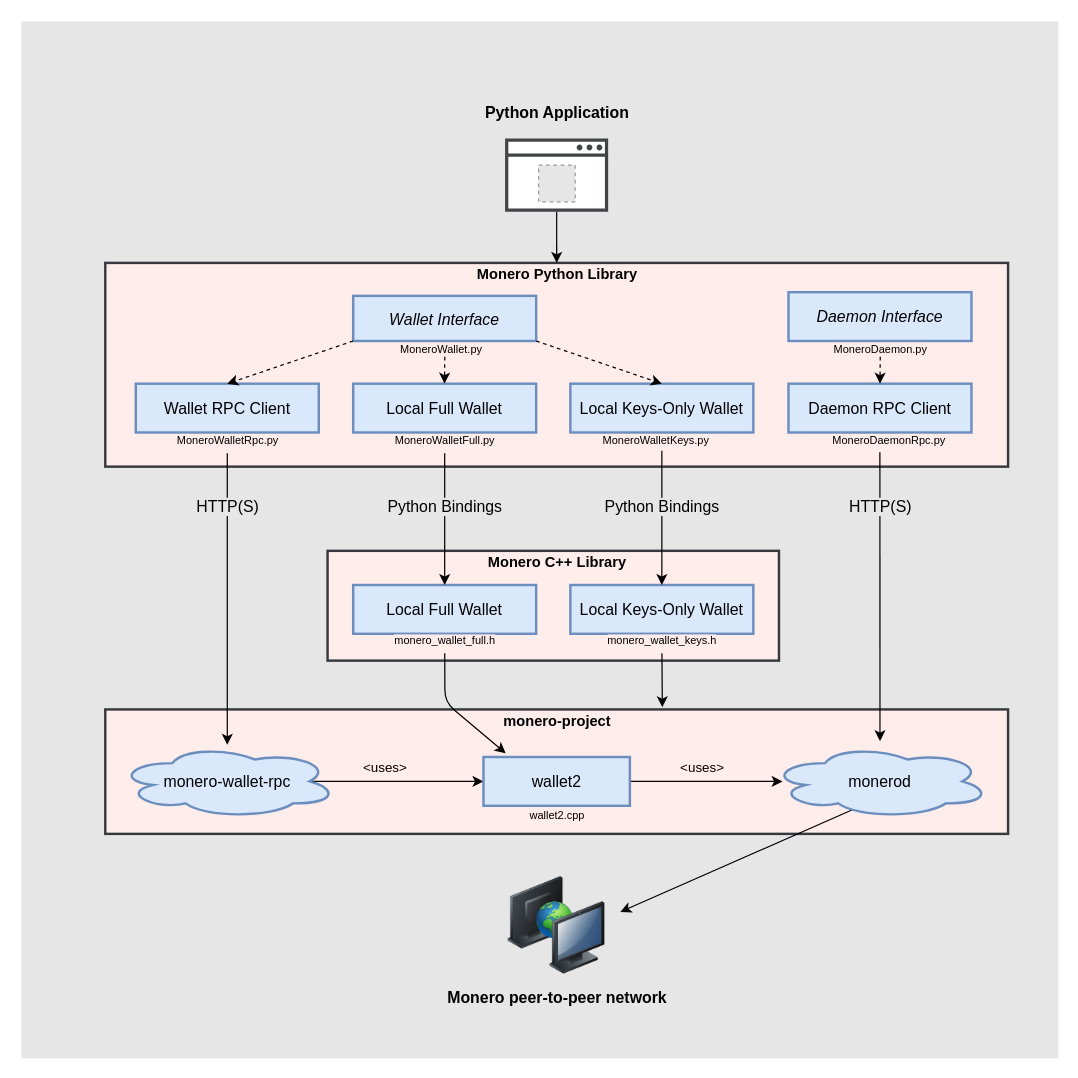
Above: docs/architecture.drawio in everoddandeven/monero-python (draw.io), before the change. Source tidied: cells renumbered, new cells numbered last; positions are measured from the earlier drawing's top-left corner, leaving out a move shared by most shapes. Both pictures are drawn from the tidied source at 122%, with x=0, y=0 at pixel (21, 21). Pictures stored in the file or linked from it are replaced by grey dashed boxes.
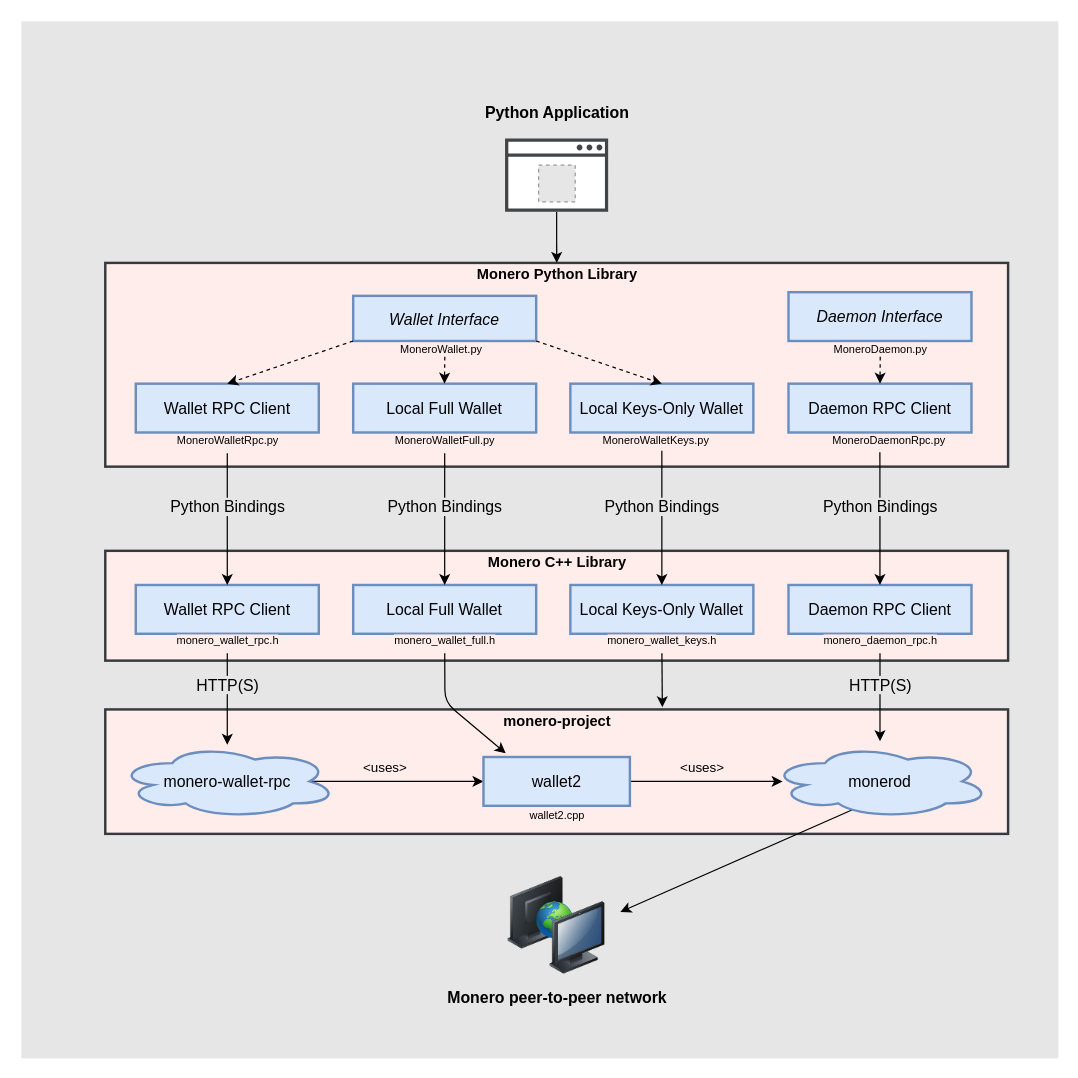
Above is the later version.

Commit message (it also covers changes not shown here):
docs: show the python bindings to the C++ rpc clients in the architecture diagram

Unchanged cells that the change refers to:
```xml
<mxCell id="17" value="monero-wallet-rpc" style="ellipse;shape=cloud;whiteSpace=wrap;html=1;fillColor=#dae8fc;strokeColor=#6c8ebf;strokeWidth=2;fontSize=13;fontFamily=Avenir;" parent="1" vertex="1">
  <mxGeometry x="78.8" y="593" width="180" height="60" as="geometry" />
</mxCell>
<mxCell id="21" value="MoneroWalletRpc.py" style="text;html=1;align=center;verticalAlign=middle;points=[];fillColor=none;strokeColor=none;rounded=0;labelBackgroundColor=#FFEDEB;fontSize=9;labelBorderColor=none;fontFamily=Avenir;" parent="1" vertex="1">
  <mxGeometry x="113.8" y="334" width="110" height="20" as="geometry" />
</mxCell>
<mxCell id="34" value="MoneroDaemonRpc.py" style="text;html=1;align=center;verticalAlign=middle;points=[];fillColor=none;strokeColor=none;rounded=0;labelBackgroundColor=#FFEDEB;fontSize=9;labelBorderColor=none;fontFamily=Avenir;" parent="1" vertex="1">
  <mxGeometry x="650.8" y="334" width="120" height="20" as="geometry" />
</mxCell>
```

Diff of the diagram source:
```diff
@@
     <mxCell id="4" style="rounded=0;whiteSpace=wrap;html=1;fillColor=#FFEDEB;strokeColor=#36393d;strokeWidth=2;fontFamily=Avenir;" parent="1" vertex="1">
-      <mxGeometry x="251" y="434" width="370" height="90" as="geometry" />
+      <mxGeometry x="68.8" y="434" width="740" height="90" as="geometry" />
     </mxCell>
@@
-    <mxCell id="18" style="edgeStyle=orthogonalEdgeStyle;rounded=0;jettySize=auto;html=1;fontFamily=Avenir;" parent="1" edge="1" source="21" target="17">
+    <mxCell id="18" style="edgeStyle=orthogonalEdgeStyle;rounded=0;jettySize=auto;html=1;fontFamily=Avenir;" parent="1" edge="1" source="58" target="17">
       <mxGeometry relative="1" as="geometry" />
     </mxCell>
     <mxCell id="19" value="HTTP(S)" style="text;html=1;align=center;verticalAlign=middle;fillColor=none;strokeColor=none;rounded=0;labelBackgroundColor=#E6E6E6;fontSize=13;fontFamily=Avenir;" parent="1" vertex="1">
-      <mxGeometry x="138.8" y="388" width="60" height="20" as="geometry" />
+      <mxGeometry x="138.8" y="534" width="60" height="20" as="geometry" />
     </mxCell>
@@
-    <mxCell id="30" style="endArrow=classic;html=1;exitX=0.441;exitY=0.957;exitDx=0;exitDy=0;exitPerimeter=0;fontFamily=Avenir;labelBorderColor=#FFFFFF;" parent="1" edge="1" source="34">
+    <mxCell id="30" style="endArrow=classic;html=1;fontFamily=Avenir;labelBorderColor=#FFFFFF;" parent="1" edge="1" source="62">
       <mxGeometry relative="1" as="geometry">
         <mxPoint x="703.8" y="590" as="targetPoint" />
       </mxGeometry>
     </mxCell>
     <mxCell id="31" value="HTTP(S)" style="text;html=1;align=center;verticalAlign=middle;fillColor=none;strokeColor=none;rounded=0;labelBackgroundColor=#E6E6E6;fontSize=13;fontFamily=Avenir;" parent="1" vertex="1">
-      <mxGeometry x="673.8" y="388" width="60" height="20" as="geometry" />
+      <mxGeometry x="673.8" y="534" width="60" height="20" as="geometry" />
     </mxCell>
@@
+    <mxCell id="57" value="Wallet RPC Client" style="rounded=0;whiteSpace=wrap;html=1;fillColor=#dae8fc;strokeColor=#6c8ebf;strokeWidth=2;fontSize=13;fontFamily=Avenir;" parent="1" vertex="1">
+      <mxGeometry x="93.8" y="462" width="150" height="40" as="geometry" />
+    </mxCell>
+    <mxCell id="58" value="monero_wallet_rpc.h" style="text;html=1;align=center;verticalAlign=middle;points=[];fillColor=none;strokeColor=none;rounded=0;labelBackgroundColor=#FFEDEB;fontSize=9;labelBorderColor=none;fontFamily=Avenir;" parent="1" vertex="1">
+      <mxGeometry x="108.8" y="498" width="120" height="20" as="geometry" />
+    </mxCell>
+    <mxCell id="59" style="endArrow=classic;html=1;fontFamily=Avenir;" parent="1" edge="1" source="21" target="57">
+      <mxGeometry relative="1" as="geometry" />
+    </mxCell>
+    <mxCell id="60" value="Python Bindings" style="text;html=1;align=center;verticalAlign=middle;fillColor=none;strokeColor=none;rounded=0;labelBackgroundColor=#E6E6E6;fontSize=13;fontFamily=Avenir;" parent="1" vertex="1">
+      <mxGeometry x="103.8" y="383" width="130" height="30" as="geometry" />
+    </mxCell>
+    <mxCell id="61" value="Daemon RPC Client" style="rounded=0;whiteSpace=wrap;html=1;fillColor=#dae8fc;strokeColor=#6c8ebf;strokeWidth=2;fontSize=13;fontFamily=Avenir;" parent="1" vertex="1">
+      <mxGeometry x="628.8" y="462" width="150" height="40" as="geometry" />
+    </mxCell>
+    <mxCell id="62" value="monero_daemon_rpc.h" style="text;html=1;align=center;verticalAlign=middle;points=[];fillColor=none;strokeColor=none;rounded=0;labelBackgroundColor=#FFEDEB;fontSize=9;labelBorderColor=none;fontFamily=Avenir;" parent="1" vertex="1">
+      <mxGeometry x="643.8" y="498" width="120" height="20" as="geometry" />
+    </mxCell>
+    <mxCell id="63" style="endArrow=classic;html=1;exitX=0.441;exitY=0.957;exitDx=0;exitDy=0;exitPerimeter=0;fontFamily=Avenir;" parent="1" edge="1" source="34" target="61">
+      <mxGeometry relative="1" as="geometry" />
+    </mxCell>
+    <mxCell id="64" value="Python Bindings" style="text;html=1;align=center;verticalAlign=middle;fillColor=none;strokeColor=none;rounded=0;labelBackgroundColor=#E6E6E6;fontSize=13;fontFamily=Avenir;" parent="1" vertex="1">
+      <mxGeometry x="638.8" y="383" width="130" height="30" as="geometry" />
+    </mxCell>
```
